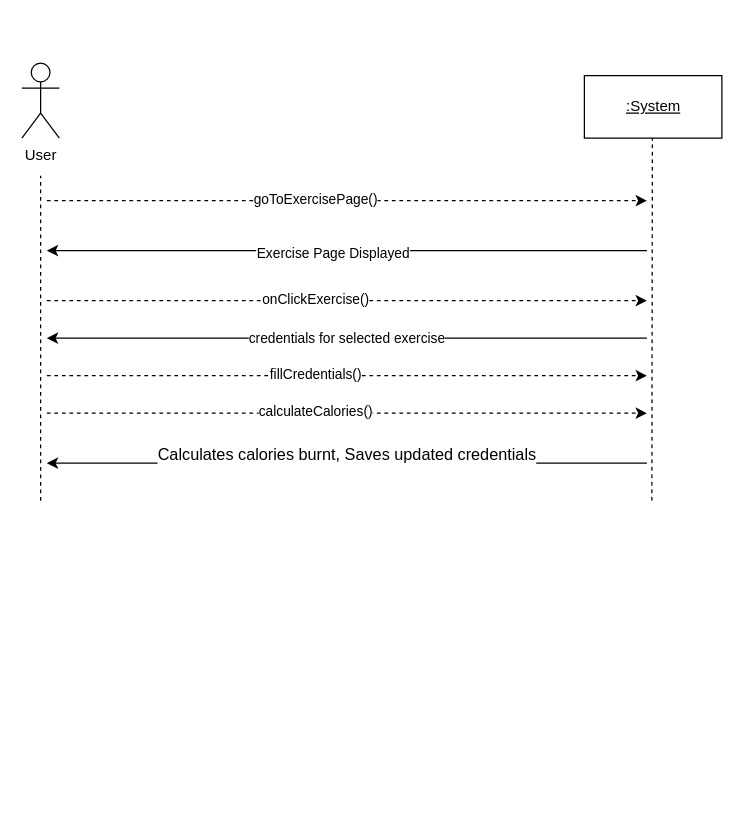
The draw.io diagram SSD - Specifiy Exercise Credentials.drawio in Esaied19/Team-Albatross, before the edit. Source tidied: cells renumbered, new cells numbered last; positions are measured from the earlier drawing's top-left corner, leaving out a move shared by most shapes. Both pictures are drawn from the tidied source at 125%, with x=0, y=0 at pixel (21, 62).
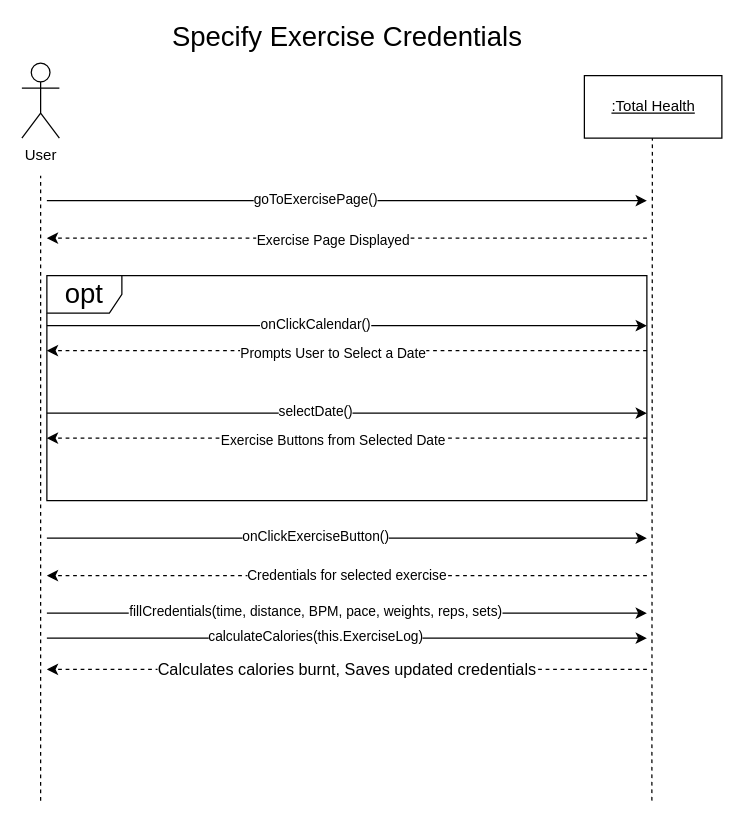
Above is the later version.

Diff of the diagram source:
```diff
@@
-    <mxCell id="3" value="&lt;u&gt;:System&lt;/u&gt;" style="html=1;" parent="1" vertex="1">
+    <mxCell id="3" value="&lt;u&gt;:Total Health&lt;br&gt;&lt;/u&gt;" style="html=1;" parent="1" vertex="1">
       <mxGeometry x="450" y="10" width="110" height="50" as="geometry" />
     </mxCell>
     <mxCell id="4" style="endArrow=none;dashed=1;html=1;rounded=0;" parent="1" edge="1">
       <mxGeometry relative="1" as="geometry">
-        <mxPoint x="15" y="350" as="sourcePoint" />
+        <mxPoint x="15" y="590" as="sourcePoint" />
         <mxPoint x="15" y="90" as="targetPoint" />
       </mxGeometry>
     </mxCell>
     <mxCell id="5" style="endArrow=none;dashed=1;html=1;rounded=0;" parent="1" edge="1">
       <mxGeometry relative="1" as="geometry">
-        <mxPoint x="504" y="350" as="sourcePoint" />
+        <mxPoint x="504" y="590" as="sourcePoint" />
         <mxPoint x="504.4" y="60" as="targetPoint" />
       </mxGeometry>
     </mxCell>
-    <mxCell id="6" style="endArrow=classic;html=1;rounded=0;dashed=1;" parent="1" edge="1">
+    <mxCell id="6" style="endArrow=classic;html=1;rounded=0;" parent="1" edge="1">
       <mxGeometry relative="1" as="geometry">
-        <mxPoint x="20" y="190" as="sourcePoint" />
-        <mxPoint x="500" y="190" as="targetPoint" />
+        <mxPoint x="20" y="380" as="sourcePoint" />
+        <mxPoint x="500" y="380" as="targetPoint" />
       </mxGeometry>
     </mxCell>
-    <mxCell id="7" value="onClickExercise()" style="edgeLabel;html=1;align=center;verticalAlign=middle;" parent="6" vertex="1">
+    <mxCell id="7" value="onClickExerciseButton()" style="edgeLabel;html=1;align=center;verticalAlign=middle;" parent="6" vertex="1">
       <mxGeometry x="-0.11" y="2" relative="1" as="geometry" />
     </mxCell>
-    <mxCell id="8" style="endArrow=classic;html=1;rounded=0;" parent="1" edge="1">
+    <mxCell id="8" style="endArrow=classic;html=1;rounded=0;dashed=1;" parent="1" edge="1">
       <mxGeometry relative="1" as="geometry">
-        <mxPoint x="500" y="150" as="sourcePoint" />
-        <mxPoint x="20" y="150" as="targetPoint" />
+        <mxPoint x="500" y="140" as="sourcePoint" />
+        <mxPoint x="20" y="140" as="targetPoint" />
       </mxGeometry>
     </mxCell>
@@
-    <mxCell id="10" style="endArrow=classic;html=1;rounded=0;dashed=1;" parent="1" edge="1">
+    <mxCell id="10" style="endArrow=classic;html=1;rounded=0;" parent="1" edge="1">
       <mxGeometry relative="1" as="geometry">
         <mxPoint x="20" y="110" as="sourcePoint" />
         <mxPoint x="500" y="110" as="targetPoint" />
       </mxGeometry>
     </mxCell>
@@
-    <mxCell id="12" value="&#10;&lt;span style=&quot;font-size: 13px ; color: #000000 ; font-weight: normal ; text-decoration: none ; font-family: &amp;quot;arial&amp;quot; ; font-style: normal&quot;&gt;Calculates calories burnt, Saves updated credentials&lt;/span&gt;&#10;&#10;" style="endArrow=classic;html=1;rounded=0;" parent="1" edge="1">
+    <mxCell id="12" value="&lt;span style=&quot;font-size: 13px ; color: #000000 ; font-weight: normal ; text-decoration: none ; font-family: &amp;#34;arial&amp;#34; ; font-style: normal&quot;&gt;Calculates calories burnt, Saves updated credentials&lt;/span&gt;" style="endArrow=classic;html=1;rounded=0;dashed=1;" parent="1" edge="1">
       <mxGeometry relative="1" as="geometry">
-        <mxPoint x="500" y="320" as="sourcePoint" />
-        <mxPoint x="20" y="320" as="targetPoint" />
+        <mxPoint x="500" y="485" as="sourcePoint" />
+        <mxPoint x="20" y="485" as="targetPoint" />
       </mxGeometry>
     </mxCell>
-    <mxCell id="13" value="credentials for selected exercise" style="endArrow=classic;html=1;rounded=0;" parent="1" edge="1">
+    <mxCell id="13" value="&lt;span style=&quot;font-size: 11px ; color: rgb(0 , 0 , 0) ; font-weight: normal ; text-decoration: none ; font-family: &amp;#34;arial&amp;#34; ; font-style: normal&quot;&gt;Credentials for selected exercise&lt;/span&gt;" style="endArrow=classic;html=1;rounded=0;dashed=1;" parent="1" edge="1">
       <mxGeometry relative="1" as="geometry">
-        <mxPoint x="500" y="220" as="sourcePoint" />
-        <mxPoint x="20" y="220" as="targetPoint" />
+        <mxPoint x="500" y="410" as="sourcePoint" />
+        <mxPoint x="20" y="410" as="targetPoint" />
       </mxGeometry>
     </mxCell>
-    <mxCell id="14" style="endArrow=classic;html=1;rounded=0;dashed=1;" parent="1" edge="1">
+    <mxCell id="14" style="endArrow=classic;html=1;rounded=0;" parent="1" edge="1">
       <mxGeometry relative="1" as="geometry">
-        <mxPoint x="20" y="250" as="sourcePoint" />
-        <mxPoint x="500" y="250" as="targetPoint" />
+        <mxPoint x="20" y="440" as="sourcePoint" />
+        <mxPoint x="500" y="440" as="targetPoint" />
       </mxGeometry>
     </mxCell>
-    <mxCell id="15" value="fillCredentials()" style="edgeLabel;html=1;align=center;verticalAlign=middle;" parent="14" vertex="1">
+    <mxCell id="15" value="fillCredentials(time, distance, BPM, pace, weights, reps, sets)" style="edgeLabel;html=1;align=center;verticalAlign=middle;" parent="14" vertex="1">
       <mxGeometry x="-0.11" y="2" relative="1" as="geometry" />
     </mxCell>
-    <mxCell id="16" style="endArrow=classic;html=1;rounded=0;dashed=1;" parent="1" edge="1">
+    <mxCell id="16" style="endArrow=classic;html=1;rounded=0;" parent="1" edge="1">
       <mxGeometry relative="1" as="geometry">
-        <mxPoint x="20" y="280" as="sourcePoint" />
-        <mxPoint x="500" y="280" as="targetPoint" />
+        <mxPoint x="20" y="460" as="sourcePoint" />
+        <mxPoint x="500" y="460" as="targetPoint" />
       </mxGeometry>
     </mxCell>
-    <mxCell id="17" value="calculateCalories()" style="edgeLabel;html=1;align=center;verticalAlign=middle;" parent="16" vertex="1">
+    <mxCell id="17" value="calculateCalories(this.ExerciseLog)" style="edgeLabel;html=1;align=center;verticalAlign=middle;" parent="16" vertex="1">
       <mxGeometry x="-0.11" y="2" relative="1" as="geometry" />
     </mxCell>
+    <mxCell id="18" value="&lt;font style=&quot;font-size: 22px&quot;&gt;Specify Exercise Credentials&lt;br&gt;&lt;/font&gt;" style="text;html=1;align=center;verticalAlign=middle;strokeColor=none;fillColor=none;" parent="1" vertex="1">
+      <mxGeometry x="110" y="-30" width="300" height="20" as="geometry" />
+    </mxCell>
+    <mxCell id="19" value="opt" style="shape=umlFrame;whiteSpace=wrap;html=1;fontSize=22;" parent="1" vertex="1">
+      <mxGeometry x="20" y="170" width="480" height="180" as="geometry" />
+    </mxCell>
+    <mxCell id="20" style="endArrow=classic;html=1;rounded=0;" parent="1" edge="1">
+      <mxGeometry relative="1" as="geometry">
+        <mxPoint x="20" y="210" as="sourcePoint" />
+        <mxPoint x="500" y="210" as="targetPoint" />
+      </mxGeometry>
+    </mxCell>
+    <mxCell id="21" value="onClickCalendar()" style="edgeLabel;html=1;align=center;verticalAlign=middle;" parent="20" vertex="1">
+      <mxGeometry x="-0.11" y="2" relative="1" as="geometry" />
+    </mxCell>
+    <mxCell id="22" style="endArrow=classic;html=1;rounded=0;dashed=1;" parent="1" edge="1">
+      <mxGeometry relative="1" as="geometry">
+        <mxPoint x="500" y="230" as="sourcePoint" />
+        <mxPoint x="20" y="230" as="targetPoint" />
+      </mxGeometry>
+    </mxCell>
+    <mxCell id="23" value="&lt;font style=&quot;font-size: 11px&quot;&gt;&lt;span style=&quot;color: rgb(0 , 0 , 0) ; font-weight: normal ; text-decoration: none ; font-family: &amp;#34;arial&amp;#34; ; font-style: normal&quot;&gt;Prompts User to Select a Date&lt;/span&gt;&lt;/font&gt;" style="edgeLabel;html=1;align=center;verticalAlign=middle;" parent="22" vertex="1">
+      <mxGeometry x="0.05" y="1" relative="1" as="geometry" />
+    </mxCell>
+    <mxCell id="24" style="endArrow=classic;html=1;rounded=0;" parent="1" edge="1">
+      <mxGeometry relative="1" as="geometry">
+        <mxPoint x="20" y="280" as="sourcePoint" />
+        <mxPoint x="500" y="280" as="targetPoint" />
+      </mxGeometry>
+    </mxCell>
+    <mxCell id="25" value="selectDate()" style="edgeLabel;html=1;align=center;verticalAlign=middle;" parent="24" vertex="1">
+      <mxGeometry x="-0.11" y="2" relative="1" as="geometry" />
+    </mxCell>
+    <mxCell id="26" style="endArrow=classic;html=1;rounded=0;dashed=1;" parent="1" edge="1">
+      <mxGeometry relative="1" as="geometry">
+        <mxPoint x="500" y="300" as="sourcePoint" />
+        <mxPoint x="20" y="300" as="targetPoint" />
+      </mxGeometry>
+    </mxCell>
+    <mxCell id="27" value="Exercise Buttons from Selected Date" style="edgeLabel;html=1;align=center;verticalAlign=middle;" parent="26" vertex="1">
+      <mxGeometry x="0.05" y="1" relative="1" as="geometry" />
+    </mxCell>
```
